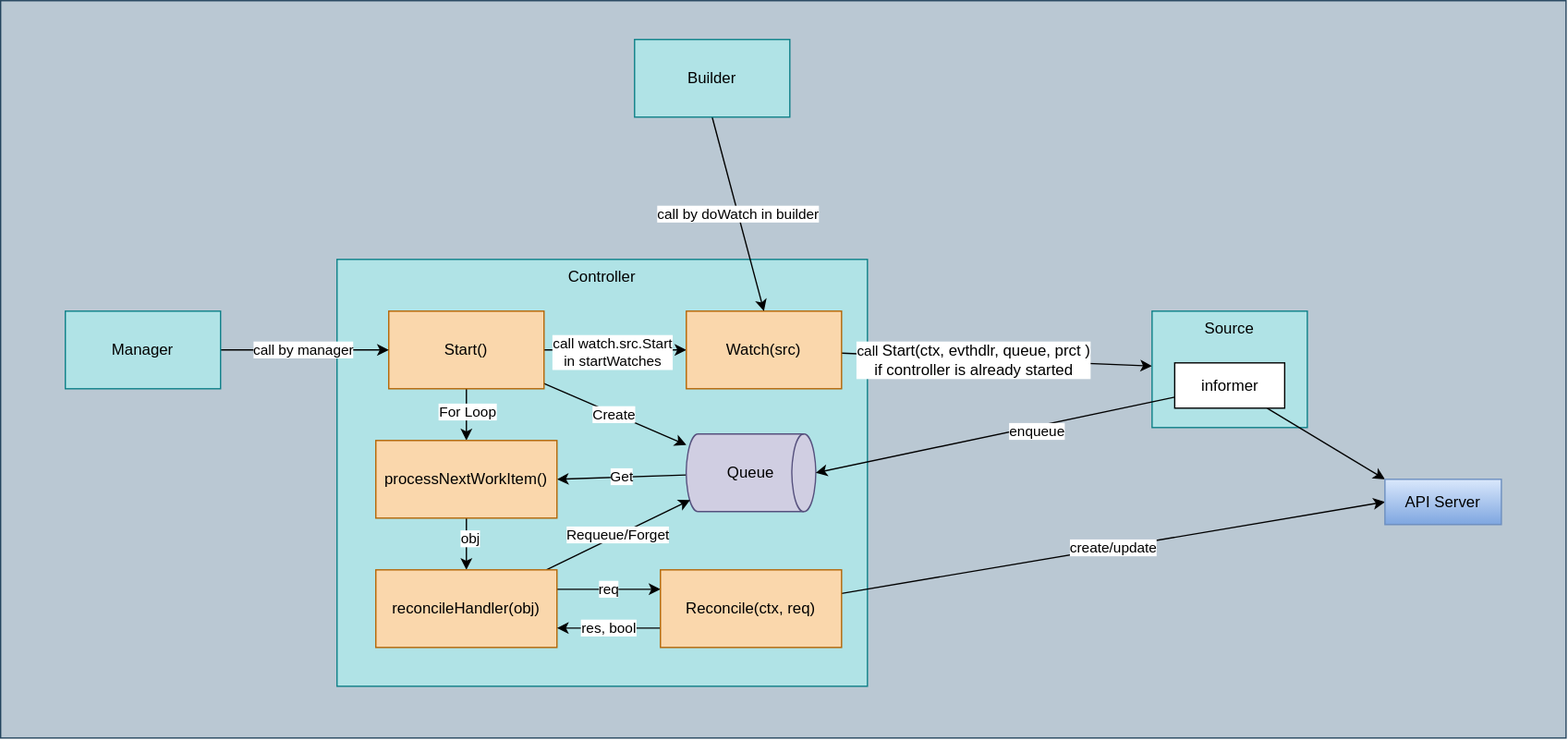
This is contents/kubernetes-operator/controller-runtime/controller/diagram.drawio.svg from nakamasato/kubernetes-training, a draw.io export, as it was before one commit. Source tidied: cells renumbered, new cells last; positions are measured from the earlier drawing's top-left corner, leaving out a move shared by most shapes.
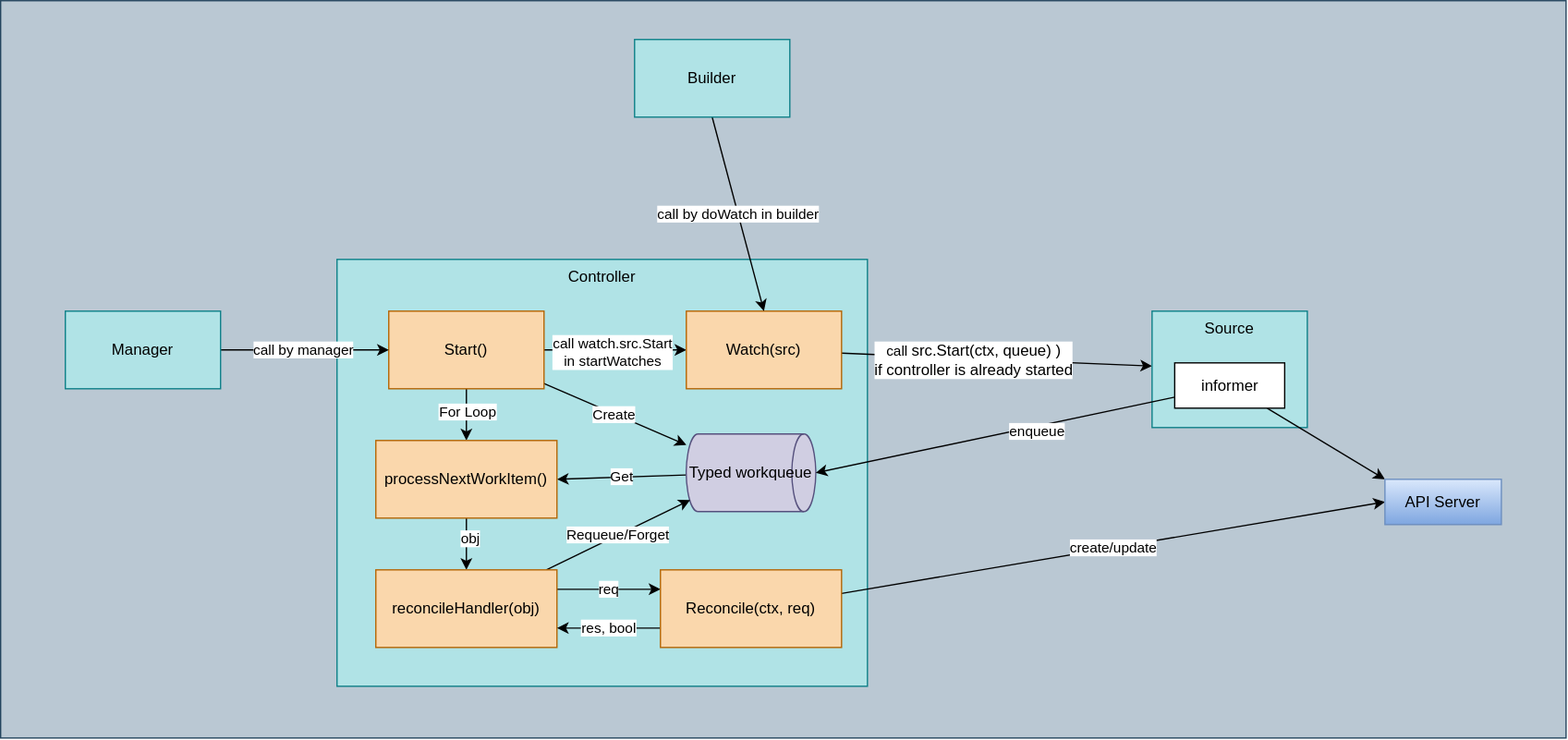
The same diagram one commit later.

Diff of the diagram source:
```diff
@@ -23,7 +23,7 @@
     <mxCell id="8" style="edgeStyle=none;html=1;" parent="1" edge="1" source="10" target="25">
       <mxGeometry relative="1" as="geometry" />
     </mxCell>
-    <mxCell id="9" value="call watch.src.Start&lt;br&gt;in startWatches" style="edgeLabel;html=1;align=center;verticalAlign=middle;" parent="8" vertex="1">
+    <mxCell id="9" value="src.Start(ctx, queue)" style="edgeLabel;html=1;align=center;verticalAlign=middle;" parent="8" vertex="1">
       <mxGeometry x="-0.04" y="-1" relative="1" as="geometry">
         <mxPoint x="-1" as="offset" />
       </mxGeometry>
@@ -34,7 +34,7 @@
     <mxCell id="11" value="Get" style="edgeStyle=none;html=1;entryX=1;entryY=0.5;entryDx=0;entryDy=0;" parent="1" edge="1" source="12" target="15">
       <mxGeometry relative="1" as="geometry" />
     </mxCell>
-    <mxCell id="12" value="Queue" style="strokeWidth=1;html=1;shape=mxgraph.flowchart.direct_data;whiteSpace=wrap;spacing=2;fillColor=#d0cee2;strokeColor=#56517e;" parent="1" vertex="1">
+    <mxCell id="12" value="Typed workqueue" style="strokeWidth=1;html=1;shape=mxgraph.flowchart.direct_data;whiteSpace=wrap;spacing=2;fillColor=#d0cee2;strokeColor=#56517e;" parent="1" vertex="1">
       <mxGeometry x="530" y="335" width="100" height="60" as="geometry" />
     </mxCell>
     <mxCell id="13" style="edgeStyle=none;html=1;" parent="1" edge="1" source="15" target="18">
@@ -74,7 +74,7 @@
     <mxCell id="23" style="edgeStyle=none;html=1;" parent="1" edge="1" source="25" target="27">
       <mxGeometry relative="1" as="geometry" />
     </mxCell>
-    <mxCell id="24" value="call&amp;nbsp;&lt;span style=&quot;font-size: 12px&quot;&gt;Start(ctx, evthdlr, queue, prct&lt;/span&gt;&lt;span style=&quot;font-size: 12px&quot;&gt;)&lt;br&gt;if controller is already started&lt;br&gt;&lt;/span&gt;" style="edgeLabel;html=1;align=center;verticalAlign=middle;" parent="23" vertex="1">
+    <mxCell id="24" value="Start(ctx, queue)" style="edgeLabel;html=1;align=center;verticalAlign=middle;" parent="23" vertex="1">
       <mxGeometry x="-0.15" y="-1" relative="1" as="geometry" />
     </mxCell>
     <mxCell id="25" value="Watch(src)" style="rounded=0;whiteSpace=wrap;html=1;fillColor=#fad7ac;strokeColor=#b46504;" parent="1" vertex="1">
```
